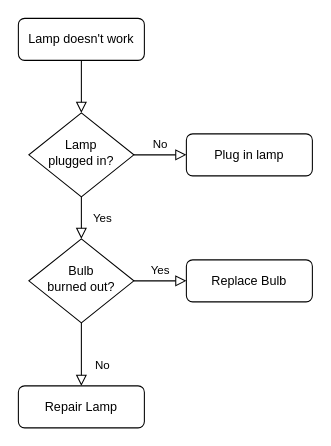
This is 2_Architecture/Untitled Diagram.drawio from naidu1999/M1_Cproject, a draw.io file, before an edit. Source tidied: cells renumbered, new cells numbered last; positions are measured from the earlier drawing's top-left corner, leaving out a move shared by most shapes. Both pictures are drawn from the tidied source at 105%, with x=0, y=0 at pixel (18, 18).
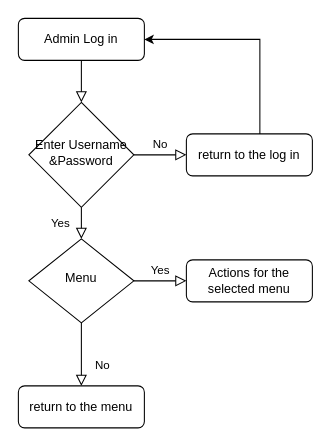
Above is the later version.

The edit, as a diff of the source:
```diff
@@
 <mxGraphModel>
   <root>
     <mxCell id="0" />
     <mxCell id="1" parent="0" />
     <mxCell id="2" style="rounded=0;html=1;jettySize=auto;fontSize=11;endArrow=block;endFill=0;endSize=8;strokeWidth=1;shadow=0;labelBackgroundColor=none;edgeStyle=orthogonalEdgeStyle;" parent="1" edge="1" source="3" target="6">
       <mxGeometry relative="1" as="geometry" />
     </mxCell>
-    <mxCell id="3" value="Lamp doesn't work" style="rounded=1;whiteSpace=wrap;html=1;fontSize=12;glass=0;strokeWidth=1;shadow=0;" parent="1" vertex="1">
+    <mxCell id="3" value="Admin Log in" style="rounded=1;whiteSpace=wrap;html=1;fontSize=12;glass=0;strokeWidth=1;shadow=0;" parent="1" vertex="1">
       <mxGeometry width="120" height="40" as="geometry" />
     </mxCell>
     <mxCell id="4" value="Yes" style="rounded=0;html=1;jettySize=auto;fontSize=11;endArrow=block;endFill=0;endSize=8;strokeWidth=1;shadow=0;labelBackgroundColor=none;edgeStyle=orthogonalEdgeStyle;" parent="1" edge="1" source="6" target="10">
       <mxGeometry y="20" relative="1" as="geometry" />
     </mxCell>
     <mxCell id="5" value="No" style="edgeStyle=orthogonalEdgeStyle;rounded=0;html=1;jettySize=auto;fontSize=11;endArrow=block;endFill=0;endSize=8;strokeWidth=1;shadow=0;labelBackgroundColor=none;" parent="1" edge="1" source="6" target="7">
       <mxGeometry y="10" relative="1" as="geometry" />
     </mxCell>
-    <mxCell id="6" value="Lamp&lt;br&gt;plugged in?" style="rhombus;whiteSpace=wrap;html=1;shadow=0;fontFamily=Helvetica;fontSize=12;align=center;strokeWidth=1;spacing=6;spacingTop=-4;" parent="1" vertex="1">
-      <mxGeometry x="10" y="90" width="100" height="80" as="geometry" />
+    <mxCell id="6" value="Enter Username &amp;amp;Password" style="rhombus;whiteSpace=wrap;html=1;shadow=0;fontFamily=Helvetica;fontSize=12;align=center;strokeWidth=1;spacing=6;spacingTop=-4;" parent="1" vertex="1">
+      <mxGeometry x="10" y="80" width="100" height="100" as="geometry" />
     </mxCell>
-    <mxCell id="7" value="Plug in lamp" style="rounded=1;whiteSpace=wrap;html=1;fontSize=12;glass=0;strokeWidth=1;shadow=0;" parent="1" vertex="1">
+    <mxCell id="7" value="return to the log in" style="rounded=1;whiteSpace=wrap;html=1;fontSize=12;glass=0;strokeWidth=1;shadow=0;" parent="1" vertex="1">
       <mxGeometry x="160" y="110" width="120" height="40" as="geometry" />
     </mxCell>
     <mxCell id="8" value="No" style="rounded=0;html=1;jettySize=auto;fontSize=11;endArrow=block;endFill=0;endSize=8;strokeWidth=1;shadow=0;labelBackgroundColor=none;edgeStyle=orthogonalEdgeStyle;" parent="1" edge="1" source="10" target="11">
       <mxGeometry x="0.33" y="20" relative="1" as="geometry" />
     </mxCell>
     <mxCell id="9" value="Yes" style="edgeStyle=orthogonalEdgeStyle;rounded=0;html=1;jettySize=auto;fontSize=11;endArrow=block;endFill=0;endSize=8;strokeWidth=1;shadow=0;labelBackgroundColor=none;" parent="1" edge="1" source="10" target="12">
       <mxGeometry y="10" relative="1" as="geometry" />
     </mxCell>
-    <mxCell id="10" value="Bulb&lt;br&gt;burned out?" style="rhombus;whiteSpace=wrap;html=1;shadow=0;fontFamily=Helvetica;fontSize=12;align=center;strokeWidth=1;spacing=6;spacingTop=-4;" parent="1" vertex="1">
+    <mxCell id="10" value="Menu" style="rhombus;whiteSpace=wrap;html=1;shadow=0;fontFamily=Helvetica;fontSize=12;align=center;strokeWidth=1;spacing=6;spacingTop=-4;" parent="1" vertex="1">
       <mxGeometry x="10" y="210" width="100" height="80" as="geometry" />
     </mxCell>
-    <mxCell id="11" value="Repair Lamp" style="rounded=1;whiteSpace=wrap;html=1;fontSize=12;glass=0;strokeWidth=1;shadow=0;" parent="1" vertex="1">
+    <mxCell id="11" value="return to the menu" style="rounded=1;whiteSpace=wrap;html=1;fontSize=12;glass=0;strokeWidth=1;shadow=0;" parent="1" vertex="1">
       <mxGeometry y="350" width="120" height="40" as="geometry" />
     </mxCell>
-    <mxCell id="12" value="Replace Bulb" style="rounded=1;whiteSpace=wrap;html=1;fontSize=12;glass=0;strokeWidth=1;shadow=0;" parent="1" vertex="1">
+    <mxCell id="12" value="Actions for the selected menu" style="rounded=1;whiteSpace=wrap;html=1;fontSize=12;glass=0;strokeWidth=1;shadow=0;" parent="1" vertex="1">
       <mxGeometry x="160" y="230" width="120" height="40" as="geometry" />
     </mxCell>
+    <mxCell id="13" style="endArrow=classic;html=1;rounded=0;entryX=1;entryY=0.5;entryDx=0;entryDy=0;" parent="1" edge="1" target="3">
+      <mxGeometry relative="1" as="geometry">
+        <mxPoint x="230" y="110" as="sourcePoint" />
+        <Array as="points">
+          <mxPoint x="230" y="110" />
+          <mxPoint x="230" y="20" />
+        </Array>
+      </mxGeometry>
+    </mxCell>
   </root>
 </mxGraphModel>
```
